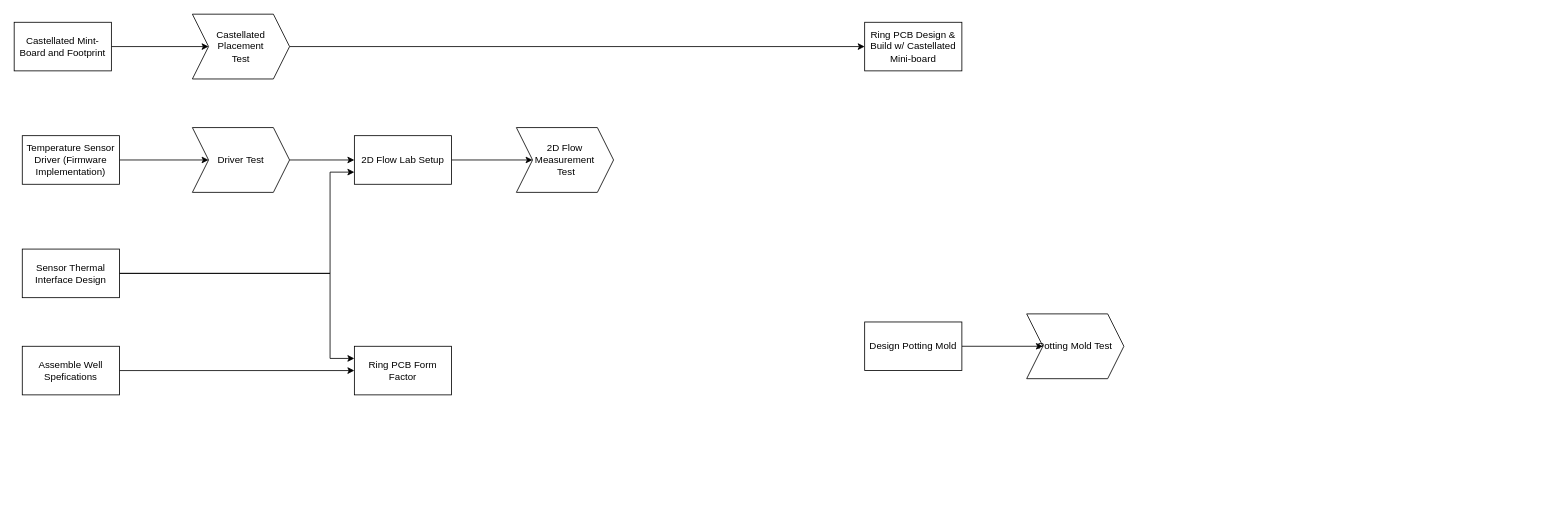
rrivirr/rriv-diagrams keeps this draw.io diagram as FlowSensorDependencyGraph.drawio. Above is the earlier version. Source tidied: cells renumbered, new cells numbered last; positions are measured from the earlier drawing's top-left corner, leaving out a move shared by most shapes. Both pictures are drawn from the tidied source at 81%, with x=0, y=0 at pixel (14, 14).
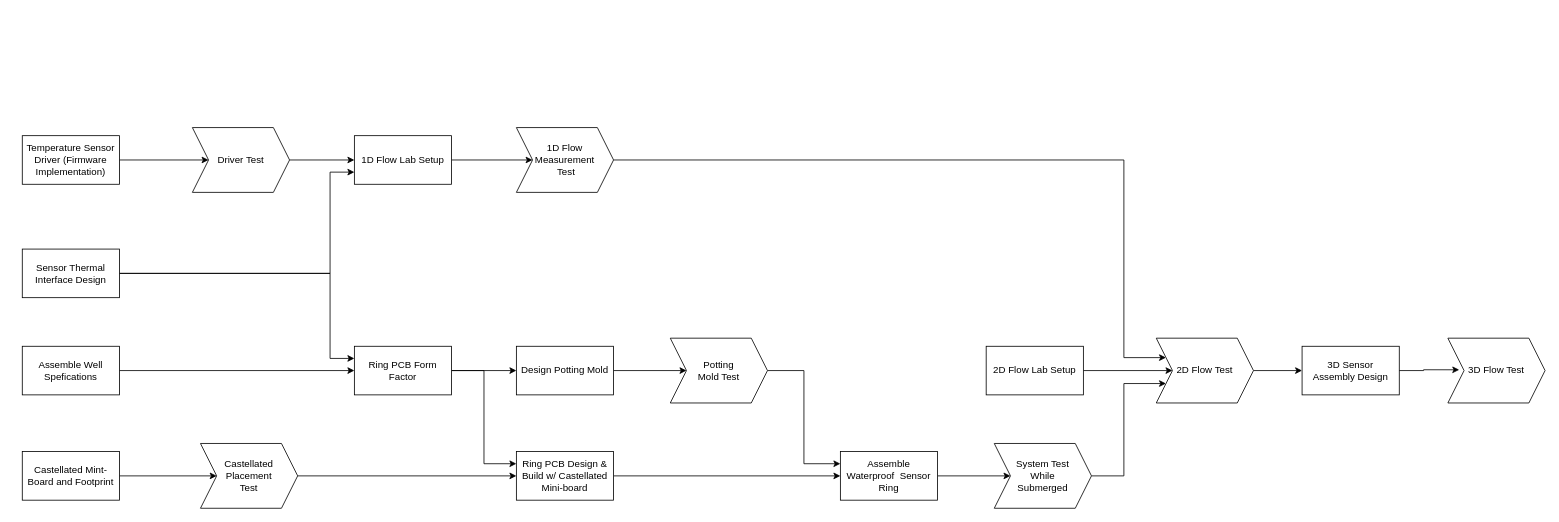
The same diagram, later.

Unchanged cells that the change refers to:
```xml
<mxCell id="7" value="Ring PCB Form Factor" style="whiteSpace=wrap;html=1;" parent="1" vertex="1">
  <mxGeometry x="420" y="410" width="120" height="60" as="geometry" />
</mxCell>
```

The edit, as a diff of the source:
```diff
@@
+    <mxCell id="23" style="edgeStyle=orthogonalEdgeStyle;rounded=0;jettySize=auto;html=1;entryX=0;entryY=0.25;entryDx=0;entryDy=0;" parent="1" edge="1" source="6" target="35">
+      <mxGeometry relative="1" as="geometry">
+        <Array as="points">
+          <mxPoint x="1370" y="180" />
+          <mxPoint x="1370" y="424" />
+        </Array>
+      </mxGeometry>
+    </mxCell>
-    <mxCell id="6" value="&lt;div&gt;2D Flow Measurement&lt;/div&gt;&lt;div&gt;&amp;nbsp;Test&lt;/div&gt;" style="shape=step;perimeter=stepPerimeter;whiteSpace=wrap;html=1;fixedSize=1;" parent="1" vertex="1">
+    <mxCell id="6" value="&lt;div&gt;1D Flow Measurement&lt;/div&gt;&lt;div&gt;&amp;nbsp;Test&lt;/div&gt;" style="shape=step;perimeter=stepPerimeter;whiteSpace=wrap;html=1;fixedSize=1;" parent="1" vertex="1">
       <mxGeometry x="620" y="140" width="120" height="80" as="geometry" />
     </mxCell>
+    <mxCell id="24" style="edgeStyle=orthogonalEdgeStyle;rounded=0;jettySize=auto;html=1;entryX=0;entryY=0.5;entryDx=0;entryDy=0;" parent="1" edge="1" source="7" target="21">
+      <mxGeometry relative="1" as="geometry" />
+    </mxCell>
+    <mxCell id="25" style="edgeStyle=orthogonalEdgeStyle;rounded=0;jettySize=auto;html=1;entryX=0;entryY=0.25;entryDx=0;entryDy=0;" parent="1" edge="1" source="7" target="19">
+      <mxGeometry relative="1" as="geometry" />
+    </mxCell>
@@
-    <mxCell id="12" value="2D Flow Lab Setup" style="rounded=0;whiteSpace=wrap;html=1;" parent="1" vertex="1">
+    <mxCell id="12" value="1D Flow Lab Setup" style="rounded=0;whiteSpace=wrap;html=1;" parent="1" vertex="1">
       <mxGeometry x="420" y="150" width="120" height="60" as="geometry" />
     </mxCell>
@@
     <mxCell id="16" value="Castellated Mint-Board and Footprint " style="rounded=0;whiteSpace=wrap;html=1;" parent="1" vertex="1">
-      <mxGeometry y="10" width="120" height="60" as="geometry" />
+      <mxGeometry x="10" y="540" width="120" height="60" as="geometry" />
     </mxCell>
@@
     <mxCell id="18" value="Castellated Placement &lt;br&gt;Test" style="shape=step;perimeter=stepPerimeter;whiteSpace=wrap;html=1;fixedSize=1;" parent="1" vertex="1">
-      <mxGeometry x="220" width="120" height="80" as="geometry" />
+      <mxGeometry x="230" y="530" width="120" height="80" as="geometry" />
     </mxCell>
+    <mxCell id="26" style="edgeStyle=orthogonalEdgeStyle;rounded=0;jettySize=auto;html=1;entryX=0;entryY=0.5;entryDx=0;entryDy=0;" parent="1" edge="1" source="19" target="29">
+      <mxGeometry relative="1" as="geometry" />
+    </mxCell>
     <mxCell id="19" value="Ring PCB Design &amp;amp; Build w/ Castellated Mini-board" style="rounded=0;whiteSpace=wrap;html=1;" parent="1" vertex="1">
-      <mxGeometry x="1050" y="10" width="120" height="60" as="geometry" />
+      <mxGeometry x="620" y="540" width="120" height="60" as="geometry" />
     </mxCell>
@@
     <mxCell id="21" value="Design Potting Mold" style="whiteSpace=wrap;html=1;" parent="1" vertex="1">
-      <mxGeometry x="1050" y="380" width="120" height="60" as="geometry" />
+      <mxGeometry x="620" y="410" width="120" height="60" as="geometry" />
     </mxCell>
+    <mxCell id="27" style="edgeStyle=orthogonalEdgeStyle;rounded=0;jettySize=auto;html=1;entryX=0;entryY=0.25;entryDx=0;entryDy=0;" parent="1" edge="1" source="22" target="29">
+      <mxGeometry relative="1" as="geometry" />
+    </mxCell>
-    <mxCell id="22" value="Potting Mold Test" style="shape=step;perimeter=stepPerimeter;whiteSpace=wrap;html=1;fixedSize=1;" parent="1" vertex="1">
-      <mxGeometry x="1250" y="370" width="120" height="80" as="geometry" />
+    <mxCell id="22" value="Potting &lt;br&gt;Mold Test" style="shape=step;perimeter=stepPerimeter;whiteSpace=wrap;html=1;fixedSize=1;" parent="1" vertex="1">
+      <mxGeometry x="810" y="400" width="120" height="80" as="geometry" />
     </mxCell>
+    <mxCell id="28" style="edgeStyle=orthogonalEdgeStyle;rounded=0;jettySize=auto;html=1;entryX=0;entryY=0.5;entryDx=0;entryDy=0;" parent="1" edge="1" source="29" target="33">
+      <mxGeometry relative="1" as="geometry" />
+    </mxCell>
+    <mxCell id="29" value="Assemble Waterproof&amp;nbsp; Sensor Ring" style="rounded=0;whiteSpace=wrap;html=1;" parent="1" vertex="1">
+      <mxGeometry x="1020" y="540" width="120" height="60" as="geometry" />
+    </mxCell>
+    <mxCell id="30" style="edgeStyle=orthogonalEdgeStyle;rounded=0;jettySize=auto;html=1;" parent="1" edge="1" source="31" target="35">
+      <mxGeometry relative="1" as="geometry" />
+    </mxCell>
+    <mxCell id="31" value="2D Flow Lab Setup" style="whiteSpace=wrap;html=1;" parent="1" vertex="1">
+      <mxGeometry x="1200" y="410" width="120" height="60" as="geometry" />
+    </mxCell>
+    <mxCell id="32" style="edgeStyle=orthogonalEdgeStyle;rounded=0;jettySize=auto;html=1;entryX=0;entryY=0.75;entryDx=0;entryDy=0;" parent="1" edge="1" source="33" target="35">
+      <mxGeometry relative="1" as="geometry">
+        <Array as="points">
+          <mxPoint x="1370" y="570" />
+          <mxPoint x="1370" y="456" />
+        </Array>
+      </mxGeometry>
+    </mxCell>
+    <mxCell id="33" value="System Test &lt;br&gt;While &lt;br&gt;Submerged" style="shape=step;perimeter=stepPerimeter;whiteSpace=wrap;html=1;fixedSize=1;" parent="1" vertex="1">
+      <mxGeometry x="1210" y="530" width="120" height="80" as="geometry" />
+    </mxCell>
+    <mxCell id="34" style="edgeStyle=orthogonalEdgeStyle;rounded=0;jettySize=auto;html=1;" parent="1" edge="1" source="35" target="36">
+      <mxGeometry relative="1" as="geometry" />
+    </mxCell>
+    <mxCell id="35" value="2D Flow Test" style="shape=step;perimeter=stepPerimeter;whiteSpace=wrap;html=1;fixedSize=1;" parent="1" vertex="1">
+      <mxGeometry x="1410" y="400" width="120" height="80" as="geometry" />
+    </mxCell>
+    <mxCell id="36" value="3D Sensor &lt;br&gt;Assembly Design" style="whiteSpace=wrap;html=1;" parent="1" vertex="1">
+      <mxGeometry x="1590" y="410" width="120" height="60" as="geometry" />
+    </mxCell>
+    <mxCell id="37" value="3D Flow Test" style="shape=step;perimeter=stepPerimeter;whiteSpace=wrap;html=1;fixedSize=1;" parent="1" vertex="1">
+      <mxGeometry x="1770" y="400" width="120" height="80" as="geometry" />
+    </mxCell>
+    <mxCell id="38" style="edgeStyle=orthogonalEdgeStyle;rounded=0;jettySize=auto;html=1;entryX=0.117;entryY=0.488;entryDx=0;entryDy=0;entryPerimeter=0;" parent="1" edge="1" source="36" target="37">
+      <mxGeometry relative="1" as="geometry" />
+    </mxCell>
```
